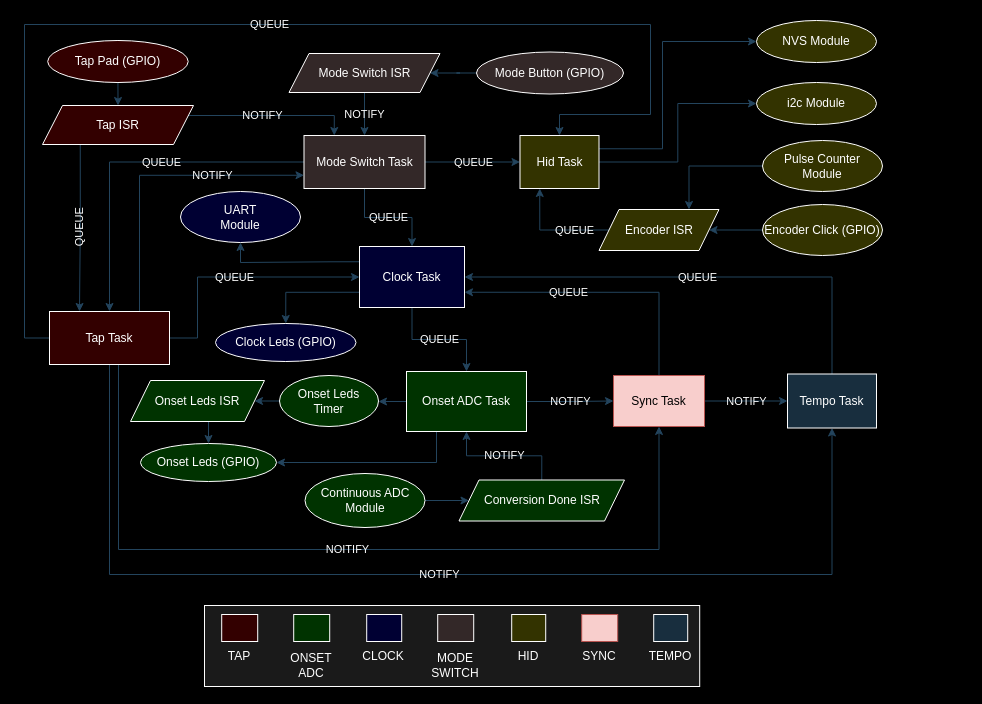
The draw.io diagram drawings/main.drawio in carlo-monti/beat_catcher_2, before the edit. Source tidied: cells renumbered, new cells numbered last; positions are measured from the earlier drawing's top-left corner, leaving out a move shared by most shapes. Both pictures are drawn from the tidied source at 100%, with x=0, y=0 at pixel (24, 20).
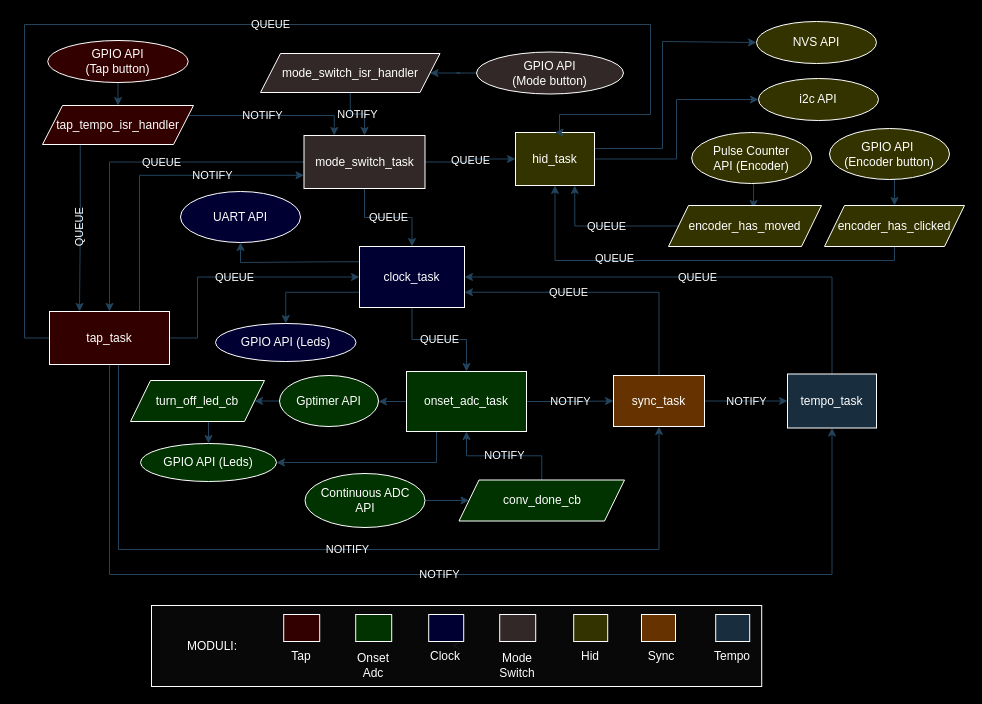
Above is the later version.

The edit, as a diff of the source:
```diff
@@
-    <mxCell id="2" value="&amp;lt;" style="rounded=0;whiteSpace=wrap;html=1;fontColor=#1A1A1A;fillColor=#1A1A1A;strokeColor=#FFFFFF;" parent="1" vertex="1">
-      <mxGeometry x="180" y="585" width="495.2" height="81" as="geometry" />
+    <mxCell id="2" value="&amp;lt;" style="rounded=0;whiteSpace=wrap;html=1;fontColor=#1A1A1A;fillColor=#080808;strokeColor=#FFFFFF;" parent="1" vertex="1">
+      <mxGeometry x="127" y="585" width="610.2" height="81" as="geometry" />
     </mxCell>
@@
-    <mxCell id="6" value="Clock Task" style="rounded=0;whiteSpace=wrap;html=1;labelBackgroundColor=none;fontColor=#FFFFFF;fillColor=#000033;strokeColor=#FFFFFF;" parent="1" vertex="1">
+    <mxCell id="6" value="clock_task" style="rounded=0;whiteSpace=wrap;html=1;labelBackgroundColor=none;fontColor=#FFFFFF;fillColor=#000033;strokeColor=#FFFFFF;" parent="1" vertex="1">
       <mxGeometry x="335" y="226" width="105" height="61" as="geometry" />
     </mxCell>
@@
-    <mxCell id="9" value="Mode Switch ISR" style="shape=parallelogram;perimeter=parallelogramPerimeter;whiteSpace=wrap;html=1;fixedSize=1;labelBackgroundColor=none;fontColor=#FFFFFF;fillColor=#332828;strokeColor=#FFFFFF;rounded=0;" parent="1" vertex="1">
-      <mxGeometry x="264.5" y="33" width="151" height="39" as="geometry" />
+    <mxCell id="9" value="mode_switch_isr_handler" style="shape=parallelogram;perimeter=parallelogramPerimeter;whiteSpace=wrap;html=1;fixedSize=1;labelBackgroundColor=none;fontColor=#FFFFFF;fillColor=#332828;strokeColor=#FFFFFF;rounded=0;" parent="1" vertex="1">
+      <mxGeometry x="236" y="33" width="179.5" height="39" as="geometry" />
     </mxCell>
@@
-    <mxCell id="11" value="Tempo Task" style="rounded=0;whiteSpace=wrap;html=1;labelBackgroundColor=none;fontColor=#FFFFFF;fillColor=#182E3E;strokeColor=#FFFFFF;" parent="1" vertex="1">
+    <mxCell id="11" value="tempo_task" style="rounded=0;whiteSpace=wrap;html=1;labelBackgroundColor=none;fontColor=#FFFFFF;fillColor=#182E3E;strokeColor=#FFFFFF;" parent="1" vertex="1">
       <mxGeometry x="763" y="353.5" width="89" height="54" as="geometry" />
     </mxCell>
@@
-    <mxCell id="14" value="Sync Task" style="rounded=0;whiteSpace=wrap;html=1;labelBackgroundColor=none;fillColor=#f8cecc;strokeColor=#b85450;" parent="1" vertex="1">
+    <mxCell id="14" value="sync_task" style="rounded=0;whiteSpace=wrap;html=1;labelBackgroundColor=none;fillColor=#663300;strokeColor=#FFFFFF;fontColor=#FFFFFF;" parent="1" vertex="1">
       <mxGeometry x="589" y="355" width="91" height="51" as="geometry" />
     </mxCell>
@@
-    <mxCell id="18" value="Onset ADC Task" style="rounded=0;whiteSpace=wrap;html=1;labelBackgroundColor=none;fontColor=#FFFFFF;fillColor=#003300;strokeColor=#FFFFFF;" parent="1" vertex="1">
+    <mxCell id="18" value="onset_adc_task" style="rounded=0;whiteSpace=wrap;html=1;labelBackgroundColor=none;fontColor=#FFFFFF;fillColor=#003300;strokeColor=#FFFFFF;" parent="1" vertex="1">
       <mxGeometry x="382" y="351" width="120" height="60" as="geometry" />
     </mxCell>
@@
-    <mxCell id="21" value="Hid Task" style="rounded=0;whiteSpace=wrap;html=1;labelBackgroundColor=none;fontColor=#FFFFFF;fillColor=#333300;strokeColor=#FFFFFF;" parent="1" vertex="1">
-      <mxGeometry x="495.5" y="115" width="79" height="53" as="geometry" />
+    <mxCell id="21" value="hid_task" style="rounded=0;whiteSpace=wrap;html=1;labelBackgroundColor=none;fontColor=#FFFFFF;fillColor=#333300;strokeColor=#FFFFFF;" parent="1" vertex="1">
+      <mxGeometry x="491" y="112" width="79" height="53" as="geometry" />
     </mxCell>
-    <mxCell id="22" style="edgeStyle=orthogonalEdgeStyle;rounded=0;jettySize=auto;html=1;exitX=0;exitY=0.5;exitDx=0;exitDy=0;entryX=0.75;entryY=0;entryDx=0;entryDy=0;labelBackgroundColor=none;fontColor=#FFFFFF;strokeColor=#23445D;" parent="1" edge="1" source="23" target="27">
+    <mxCell id="22" style="edgeStyle=orthogonalEdgeStyle;rounded=0;jettySize=auto;html=1;exitX=0.5;exitY=1;exitDx=0;exitDy=0;entryX=0.556;entryY=0.073;entryDx=0;entryDy=0;entryPerimeter=0;strokeColor=#23445D;labelBackgroundColor=none;fontColor=#FFFFFF;" parent="1" edge="1" source="23" target="27">
       <mxGeometry relative="1" as="geometry" />
     </mxCell>
-    <mxCell id="23" value="&lt;div&gt;Pulse Counter&lt;/div&gt;&lt;div&gt;Module&lt;br&gt;&lt;/div&gt;" style="ellipse;whiteSpace=wrap;html=1;labelBackgroundColor=none;fontColor=#FFFFFF;fillColor=#333300;strokeColor=#FFFFFF;" parent="1" vertex="1">
-      <mxGeometry x="738" y="120" width="120" height="51" as="geometry" />
+    <mxCell id="23" value="&lt;div&gt;Pulse Counter&lt;/div&gt;&lt;div&gt;API (Encoder)&lt;br&gt;&lt;/div&gt;" style="ellipse;whiteSpace=wrap;html=1;labelBackgroundColor=none;fontColor=#FFFFFF;fillColor=#333300;strokeColor=#FFFFFF;" parent="1" vertex="1">
+      <mxGeometry x="667.2" y="112" width="120" height="51" as="geometry" />
     </mxCell>
@@
-    <mxCell id="25" value="&lt;div&gt;Continuous ADC&lt;/div&gt;&lt;div&gt;Module&lt;br&gt;&lt;/div&gt;" style="ellipse;whiteSpace=wrap;html=1;labelBackgroundColor=none;fontColor=#FFFFFF;fillColor=#003300;strokeColor=#FFFFFF;" parent="1" vertex="1">
+    <mxCell id="25" value="&lt;div&gt;Continuous ADC&lt;/div&gt;&lt;div&gt;API&lt;br&gt;&lt;/div&gt;" style="ellipse;whiteSpace=wrap;html=1;labelBackgroundColor=none;fontColor=#FFFFFF;fillColor=#003300;strokeColor=#FFFFFF;" parent="1" vertex="1">
       <mxGeometry x="280.5" y="453" width="120" height="54" as="geometry" />
     </mxCell>
-    <mxCell id="26" value="QUEUE" style="edgeStyle=orthogonalEdgeStyle;rounded=0;jettySize=auto;html=1;exitX=0;exitY=0.5;exitDx=0;exitDy=0;entryX=0.25;entryY=1;entryDx=0;entryDy=0;labelBackgroundColor=none;fontColor=#FFFFFF;strokeColor=#23445D;" parent="1" edge="1" source="27" target="21">
-      <mxGeometry x="-0.36" relative="1" as="geometry">
-        <Array as="points">
-          <mxPoint x="515" y="209" />
-        </Array>
-      </mxGeometry>
+    <mxCell id="26" value="QUEUE" style="edgeStyle=orthogonalEdgeStyle;rounded=0;jettySize=auto;html=1;exitX=0;exitY=0.5;exitDx=0;exitDy=0;entryX=0.75;entryY=1;entryDx=0;entryDy=0;strokeColor=#23445D;labelBackgroundColor=none;fontColor=#FFFFFF;" parent="1" edge="1" source="27" target="21">
+      <mxGeometry relative="1" as="geometry" />
     </mxCell>
-    <mxCell id="27" value="Encoder ISR" style="shape=parallelogram;perimeter=parallelogramPerimeter;whiteSpace=wrap;html=1;fixedSize=1;labelBackgroundColor=none;fontColor=#FFFFFF;fillColor=#333300;strokeColor=#FFFFFF;" parent="1" vertex="1">
-      <mxGeometry x="574.5" y="189" width="120" height="41" as="geometry" />
+    <mxCell id="27" value="encoder_has_moved" style="shape=parallelogram;perimeter=parallelogramPerimeter;whiteSpace=wrap;html=1;fixedSize=1;labelBackgroundColor=none;fontColor=#FFFFFF;fillColor=#333300;strokeColor=#FFFFFF;" parent="1" vertex="1">
+      <mxGeometry x="644" y="185" width="153" height="41" as="geometry" />
     </mxCell>
@@
-    <mxCell id="29" value="Conversion Done ISR" style="shape=parallelogram;perimeter=parallelogramPerimeter;whiteSpace=wrap;html=1;fixedSize=1;labelBackgroundColor=none;fontColor=#FFFFFF;fillColor=#003300;strokeColor=#FFFFFF;" parent="1" vertex="1">
+    <mxCell id="29" value="conv_done_cb" style="shape=parallelogram;perimeter=parallelogramPerimeter;whiteSpace=wrap;html=1;fixedSize=1;labelBackgroundColor=none;fontColor=#FFFFFF;fillColor=#003300;strokeColor=#FFFFFF;" parent="1" vertex="1">
       <mxGeometry x="434.5" y="459.5" width="165.5" height="41" as="geometry" />
     </mxCell>
@@
-    <mxCell id="32" value="Mode Switch Task" style="rounded=0;whiteSpace=wrap;html=1;labelBackgroundColor=none;fontColor=#FFFFFF;fillColor=#332828;strokeColor=#FFFFFF;" parent="1" vertex="1">
+    <mxCell id="32" value="mode_switch_task" style="rounded=0;whiteSpace=wrap;html=1;labelBackgroundColor=none;fontColor=#FFFFFF;fillColor=#332828;strokeColor=#FFFFFF;" parent="1" vertex="1">
       <mxGeometry x="279.5" y="115" width="121" height="53" as="geometry" />
     </mxCell>
@@
-    <mxCell id="34" value="Mode Button (GPIO)" style="ellipse;whiteSpace=wrap;html=1;labelBackgroundColor=none;fontColor=#FFFFFF;fillColor=#332828;strokeColor=#FFFFFF;" parent="1" vertex="1">
+    <mxCell id="34" value="&lt;div&gt;GPIO API&lt;/div&gt;&lt;div&gt;(Mode button)&lt;br&gt;&lt;/div&gt;" style="ellipse;whiteSpace=wrap;html=1;labelBackgroundColor=none;fontColor=#FFFFFF;fillColor=#332828;strokeColor=#FFFFFF;" parent="1" vertex="1">
       <mxGeometry x="452" y="31.5" width="147" height="42" as="geometry" />
     </mxCell>
@@
-    <mxCell id="37" value="Tap ISR" style="shape=parallelogram;perimeter=parallelogramPerimeter;whiteSpace=wrap;html=1;fixedSize=1;labelBackgroundColor=none;fontColor=#FFFFFF;fillColor=#330000;strokeColor=#FFFFFF;" parent="1" vertex="1">
+    <mxCell id="37" value="tap_tempo_isr_handler" style="shape=parallelogram;perimeter=parallelogramPerimeter;whiteSpace=wrap;html=1;fixedSize=1;labelBackgroundColor=none;fontColor=#FFFFFF;fillColor=#330000;strokeColor=#FFFFFF;" parent="1" vertex="1">
       <mxGeometry x="18" y="85" width="151" height="39" as="geometry" />
     </mxCell>
@@
-    <mxCell id="39" value="Tap Pad (GPIO)" style="ellipse;whiteSpace=wrap;html=1;labelBackgroundColor=none;fontColor=#FFFFFF;fillColor=#330000;strokeColor=#FFFFFF;" parent="1" vertex="1">
+    <mxCell id="39" value="&lt;div&gt;GPIO API&lt;/div&gt;&lt;div&gt;(Tap button)&lt;br&gt;&lt;/div&gt;" style="ellipse;whiteSpace=wrap;html=1;labelBackgroundColor=none;fontColor=#FFFFFF;fillColor=#330000;strokeColor=#FFFFFF;" parent="1" vertex="1">
       <mxGeometry x="23.2" y="20" width="140.5" height="42" as="geometry" />
     </mxCell>
-    <mxCell id="40" value="Clock Leds (GPIO)" style="ellipse;whiteSpace=wrap;html=1;labelBackgroundColor=none;fontColor=#FFFFFF;fillColor=#000033;strokeColor=#FFFFFF;" parent="1" vertex="1">
+    <mxCell id="40" value="GPIO API (Leds)" style="ellipse;whiteSpace=wrap;html=1;labelBackgroundColor=none;fontColor=#FFFFFF;fillColor=#000033;strokeColor=#FFFFFF;" parent="1" vertex="1">
       <mxGeometry x="191" y="303" width="140.5" height="38" as="geometry" />
     </mxCell>
-    <mxCell id="41" value="Onset Leds (GPIO)" style="ellipse;whiteSpace=wrap;html=1;labelBackgroundColor=none;fontColor=#FFFFFF;fillColor=#003300;strokeColor=#FFFFFF;" parent="1" vertex="1">
+    <mxCell id="41" value="GPIO API (Leds)" style="ellipse;whiteSpace=wrap;html=1;labelBackgroundColor=none;fontColor=#FFFFFF;fillColor=#003300;strokeColor=#FFFFFF;" parent="1" vertex="1">
       <mxGeometry x="116" y="423" width="136" height="38" as="geometry" />
     </mxCell>
@@
-    <mxCell id="43" value="&lt;div&gt;Onset Leds&lt;/div&gt;&lt;div&gt;Timer&lt;br&gt;&lt;/div&gt;" style="ellipse;whiteSpace=wrap;html=1;labelBackgroundColor=none;fontColor=#FFFFFF;fillColor=#003300;strokeColor=#FFFFFF;" parent="1" vertex="1">
+    <mxCell id="43" value="Gptimer API" style="ellipse;whiteSpace=wrap;html=1;labelBackgroundColor=none;fontColor=#FFFFFF;fillColor=#003300;strokeColor=#FFFFFF;" parent="1" vertex="1">
       <mxGeometry x="255" y="355" width="99" height="51" as="geometry" />
     </mxCell>
@@
-    <mxCell id="45" value="Onset Leds ISR" style="shape=parallelogram;perimeter=parallelogramPerimeter;whiteSpace=wrap;html=1;fixedSize=1;labelBackgroundColor=none;fontColor=#FFFFFF;fillColor=#003300;strokeColor=#FFFFFF;" parent="1" vertex="1">
+    <mxCell id="45" value="turn_off_led_cb" style="shape=parallelogram;perimeter=parallelogramPerimeter;whiteSpace=wrap;html=1;fixedSize=1;labelBackgroundColor=none;fontColor=#FFFFFF;fillColor=#003300;strokeColor=#FFFFFF;" parent="1" vertex="1">
       <mxGeometry x="106" y="360" width="134" height="41" as="geometry" />
     </mxCell>
-    <mxCell id="46" value="i2c Module" style="ellipse;whiteSpace=wrap;html=1;labelBackgroundColor=none;fontColor=#FFFFFF;fillColor=#333300;strokeColor=#FFFFFF;" parent="1" vertex="1">
-      <mxGeometry x="732" y="62" width="120" height="42" as="geometry" />
+    <mxCell id="46" value="i2c API" style="ellipse;whiteSpace=wrap;html=1;labelBackgroundColor=none;fontColor=#FFFFFF;fillColor=#333300;strokeColor=#FFFFFF;" parent="1" vertex="1">
+      <mxGeometry x="734" y="58" width="120" height="42" as="geometry" />
     </mxCell>
@@
-    <mxCell id="52" value="Tap Task" style="rounded=0;whiteSpace=wrap;html=1;labelBackgroundColor=none;fontColor=#FFFFFF;fillColor=#330000;strokeColor=#FFFFFF;" parent="1" vertex="1">
+    <mxCell id="52" value="tap_task" style="rounded=0;whiteSpace=wrap;html=1;labelBackgroundColor=none;fontColor=#FFFFFF;fillColor=#330000;strokeColor=#FFFFFF;" parent="1" vertex="1">
       <mxGeometry x="25" y="291" width="120" height="53" as="geometry" />
     </mxCell>
-    <mxCell id="53" value="&lt;div&gt;UART&lt;/div&gt;&lt;div&gt;Module&lt;br&gt;&lt;/div&gt;" style="ellipse;whiteSpace=wrap;html=1;labelBackgroundColor=none;fontColor=#FFFFFF;fillColor=#000033;strokeColor=#FFFFFF;" parent="1" vertex="1">
+    <mxCell id="53" value="UART API" style="ellipse;whiteSpace=wrap;html=1;labelBackgroundColor=none;fontColor=#FFFFFF;fillColor=#000033;strokeColor=#FFFFFF;" parent="1" vertex="1">
       <mxGeometry x="156" y="171" width="120" height="51" as="geometry" />
     </mxCell>
-    <mxCell id="54" value="NVS Module" style="ellipse;whiteSpace=wrap;html=1;labelBackgroundColor=none;fontColor=#FFFFFF;fillColor=#333300;strokeColor=#FFFFFF;" parent="1" vertex="1">
-      <mxGeometry x="732" width="120" height="42" as="geometry" />
+    <mxCell id="54" value="NVS API" style="ellipse;whiteSpace=wrap;html=1;labelBackgroundColor=none;fontColor=#FFFFFF;fillColor=#333300;strokeColor=#FFFFFF;" parent="1" vertex="1">
+      <mxGeometry x="732" y="1" width="120" height="42" as="geometry" />
     </mxCell>
-    <mxCell id="55" style="edgeStyle=orthogonalEdgeStyle;rounded=0;jettySize=auto;html=1;exitX=0;exitY=0.5;exitDx=0;exitDy=0;entryX=1;entryY=0.5;entryDx=0;entryDy=0;labelBackgroundColor=none;fontColor=#FFFFFF;strokeColor=#23445D;" parent="1" edge="1" source="56" target="27">
-      <mxGeometry relative="1" as="geometry" />
-    </mxCell>
+    <mxCell id="71" style="edgeStyle=orthogonalEdgeStyle;rounded=0;jettySize=auto;html=1;exitX=0.5;exitY=1;exitDx=0;exitDy=0;entryX=0.5;entryY=0;entryDx=0;entryDy=0;strokeColor=#23445D;labelBackgroundColor=none;fontColor=#FFFFFF;" parent="1" edge="1" source="56" target="75">
+      <mxGeometry relative="1" as="geometry" />
+    </mxCell>
-    <mxCell id="56" value="Encoder Click (GPIO)" style="ellipse;whiteSpace=wrap;html=1;labelBackgroundColor=none;fontColor=#FFFFFF;fillColor=#333300;strokeColor=#FFFFFF;" parent="1" vertex="1">
-      <mxGeometry x="738" y="184" width="120" height="51" as="geometry" />
+    <mxCell id="56" value="&lt;div&gt;GPIO API&amp;nbsp;&lt;/div&gt;&lt;div&gt;(Encoder button)&lt;/div&gt;" style="ellipse;whiteSpace=wrap;html=1;labelBackgroundColor=none;fontColor=#FFFFFF;fillColor=#333300;strokeColor=#FFFFFF;" parent="1" vertex="1">
+      <mxGeometry x="805" y="108" width="120" height="51" as="geometry" />
     </mxCell>
     <mxCell id="57" style="rounded=0;whiteSpace=wrap;html=1;labelBackgroundColor=none;fontColor=#FFFFFF;fillColor=#330000;strokeColor=#FFFFFF;" parent="1" vertex="1">
-      <mxGeometry x="197.2" y="594" width="36" height="27" as="geometry" />
+      <mxGeometry x="259.2" y="594" width="36" height="27" as="geometry" />
     </mxCell>
     <mxCell id="58" style="rounded=0;whiteSpace=wrap;html=1;labelBackgroundColor=none;fontColor=#FFFFFF;fillColor=#003300;strokeColor=#FFFFFF;" parent="1" vertex="1">
-      <mxGeometry x="269.2" y="594" width="36" height="27" as="geometry" />
+      <mxGeometry x="331.2" y="594" width="36" height="27" as="geometry" />
     </mxCell>
     <mxCell id="59" style="rounded=0;whiteSpace=wrap;html=1;labelBackgroundColor=none;fontColor=#FFFFFF;fillColor=#000033;strokeColor=#FFFFFF;" parent="1" vertex="1">
-      <mxGeometry x="342.2" y="594" width="35" height="27" as="geometry" />
+      <mxGeometry x="404.2" y="594" width="35" height="27" as="geometry" />
     </mxCell>
     <mxCell id="60" style="rounded=0;whiteSpace=wrap;html=1;labelBackgroundColor=none;fontColor=#FFFFFF;fillColor=#332828;strokeColor=#FFFFFF;" parent="1" vertex="1">
-      <mxGeometry x="413.2" y="594" width="36" height="27" as="geometry" />
+      <mxGeometry x="475.2" y="594" width="36" height="27" as="geometry" />
     </mxCell>
     <mxCell id="61" style="rounded=0;whiteSpace=wrap;html=1;labelBackgroundColor=none;fontColor=#FFFFFF;fillColor=#333300;strokeColor=#FFFFFF;" parent="1" vertex="1">
-      <mxGeometry x="487.2" y="594" width="34" height="27" as="geometry" />
+      <mxGeometry x="549.2" y="594" width="34" height="27" as="geometry" />
     </mxCell>
-    <mxCell id="62" style="rounded=0;whiteSpace=wrap;html=1;labelBackgroundColor=none;fillColor=#f8cecc;strokeColor=#b85450;" parent="1" vertex="1">
-      <mxGeometry x="557.2" y="594" width="36" height="27" as="geometry" />
-    </mxCell>
     <mxCell id="63" style="rounded=0;whiteSpace=wrap;html=1;labelBackgroundColor=none;fontColor=#FFFFFF;fillColor=#182E3E;strokeColor=#FFFFFF;" parent="1" vertex="1">
-      <mxGeometry x="629.2" y="594" width="34" height="27" as="geometry" />
+      <mxGeometry x="691.2" y="594" width="34" height="27" as="geometry" />
     </mxCell>
-    <mxCell id="64" value="TAP" style="text;html=1;strokeColor=none;fillColor=none;align=center;verticalAlign=middle;whiteSpace=wrap;rounded=0;fontColor=#FFFFFF;" parent="1" vertex="1">
-      <mxGeometry x="185.2" y="621" width="60" height="30" as="geometry" />
+    <mxCell id="64" value="Tap" style="text;html=1;strokeColor=none;fillColor=none;align=center;verticalAlign=middle;whiteSpace=wrap;rounded=0;fontColor=#FFFFFF;" parent="1" vertex="1">
+      <mxGeometry x="247.2" y="621" width="60" height="30" as="geometry" />
     </mxCell>
-    <mxCell id="65" value="ONSET ADC" style="text;html=1;strokeColor=none;fillColor=none;align=center;verticalAlign=middle;whiteSpace=wrap;rounded=0;fontColor=#FFFFFF;" parent="1" vertex="1">
-      <mxGeometry x="257.2" y="630" width="60" height="30" as="geometry" />
+    <mxCell id="65" value="&lt;div&gt;Onset&lt;/div&gt;&lt;div&gt;Adc&lt;br&gt;&lt;/div&gt;" style="text;html=1;strokeColor=none;fillColor=none;align=center;verticalAlign=middle;whiteSpace=wrap;rounded=0;fontColor=#FFFFFF;" parent="1" vertex="1">
+      <mxGeometry x="319.2" y="630" width="60" height="30" as="geometry" />
     </mxCell>
-    <mxCell id="66" value="CLOCK" style="text;html=1;strokeColor=none;fillColor=none;align=center;verticalAlign=middle;whiteSpace=wrap;rounded=0;fontColor=#FFFFFF;" parent="1" vertex="1">
-      <mxGeometry x="329.2" y="621" width="60" height="30" as="geometry" />
+    <mxCell id="66" value="Clock" style="text;html=1;strokeColor=none;fillColor=none;align=center;verticalAlign=middle;whiteSpace=wrap;rounded=0;fontColor=#FFFFFF;" parent="1" vertex="1">
+      <mxGeometry x="391.2" y="621" width="60" height="30" as="geometry" />
     </mxCell>
-    <mxCell id="67" value="&lt;div&gt;MODE&lt;/div&gt;&lt;div&gt;SWITCH&lt;br&gt;&lt;/div&gt;" style="text;html=1;strokeColor=none;fillColor=none;align=center;verticalAlign=middle;whiteSpace=wrap;rounded=0;fontColor=#FFFFFF;" parent="1" vertex="1">
-      <mxGeometry x="401.2" y="630" width="60" height="30" as="geometry" />
+    <mxCell id="67" value="&lt;div&gt;Mode&lt;/div&gt;&lt;div&gt;Switch&lt;br&gt;&lt;/div&gt;" style="text;html=1;strokeColor=none;fillColor=none;align=center;verticalAlign=middle;whiteSpace=wrap;rounded=0;fontColor=#FFFFFF;" parent="1" vertex="1">
+      <mxGeometry x="463.2" y="630" width="60" height="30" as="geometry" />
     </mxCell>
-    <mxCell id="68" value="HID" style="text;html=1;strokeColor=none;fillColor=none;align=center;verticalAlign=middle;whiteSpace=wrap;rounded=0;fontColor=#FFFFFF;" parent="1" vertex="1">
-      <mxGeometry x="474.2" y="621" width="60" height="30" as="geometry" />
+    <mxCell id="68" value="Hid" style="text;html=1;strokeColor=none;fillColor=none;align=center;verticalAlign=middle;whiteSpace=wrap;rounded=0;fontColor=#FFFFFF;" parent="1" vertex="1">
+      <mxGeometry x="536.2" y="621" width="60" height="30" as="geometry" />
     </mxCell>
-    <mxCell id="69" value="SYNC" style="text;html=1;strokeColor=none;fillColor=none;align=center;verticalAlign=middle;whiteSpace=wrap;rounded=0;fontColor=#FFFFFF;" parent="1" vertex="1">
-      <mxGeometry x="545.2" y="621" width="60" height="30" as="geometry" />
+    <mxCell id="69" value="Sync" style="text;html=1;strokeColor=none;fillColor=none;align=center;verticalAlign=middle;whiteSpace=wrap;rounded=0;fontColor=#FFFFFF;" parent="1" vertex="1">
+      <mxGeometry x="607.2" y="621" width="60" height="30" as="geometry" />
     </mxCell>
-    <mxCell id="70" value="TEMPO" style="text;html=1;strokeColor=none;fillColor=none;align=center;verticalAlign=middle;whiteSpace=wrap;rounded=0;fontColor=#FFFFFF;" parent="1" vertex="1">
-      <mxGeometry x="616.2" y="621" width="60" height="30" as="geometry" />
+    <mxCell id="70" value="Tempo" style="text;html=1;strokeColor=none;fillColor=none;align=center;verticalAlign=middle;whiteSpace=wrap;rounded=0;fontColor=#FFFFFF;" parent="1" vertex="1">
+      <mxGeometry x="678.2" y="621" width="60" height="30" as="geometry" />
     </mxCell>
+    <mxCell id="72" style="rounded=0;whiteSpace=wrap;html=1;labelBackgroundColor=none;fontColor=#FFFFFF;fillColor=#663300;strokeColor=#FFFFFF;" parent="1" vertex="1">
+      <mxGeometry x="617" y="594" width="34" height="27" as="geometry" />
+    </mxCell>
+    <mxCell id="73" value="MODULI:" style="text;html=1;strokeColor=none;fillColor=none;align=center;verticalAlign=middle;whiteSpace=wrap;rounded=0;fontColor=#FFFFFF;" parent="1" vertex="1">
+      <mxGeometry x="158" y="610.5" width="60" height="30" as="geometry" />
+    </mxCell>
+    <mxCell id="74" value="QUEUE" style="edgeStyle=orthogonalEdgeStyle;rounded=0;jettySize=auto;html=1;exitX=0.5;exitY=1;exitDx=0;exitDy=0;entryX=0.5;entryY=1;entryDx=0;entryDy=0;strokeColor=#23445D;labelBackgroundColor=none;fontColor=#FFFFFF;" parent="1" edge="1" source="75" target="21">
+      <mxGeometry x="0.37" y="-2" relative="1" as="geometry">
+        <Array as="points">
+          <mxPoint x="870" y="240" />
+          <mxPoint x="531" y="240" />
+        </Array>
+      </mxGeometry>
+    </mxCell>
+    <mxCell id="75" value="encoder_has_clicked" style="shape=parallelogram;perimeter=parallelogramPerimeter;whiteSpace=wrap;html=1;fixedSize=1;labelBackgroundColor=none;fontColor=#FFFFFF;fillColor=#333300;strokeColor=#FFFFFF;" parent="1" vertex="1">
+      <mxGeometry x="800" y="185" width="140" height="41" as="geometry" />
+    </mxCell>
```
